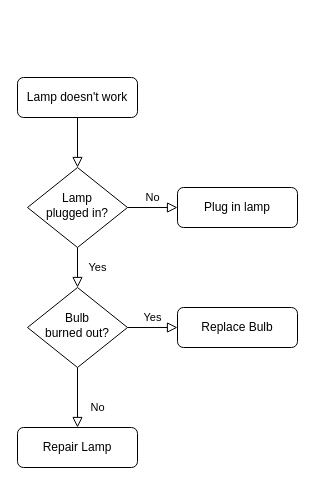
The draw.io diagram demo.drawio in yanhanfrontend/draw.io.workspace, before the edit. Source tidied: cells renumbered, new cells numbered last; positions are measured from the earlier drawing's top-left corner, leaving out a move shared by most shapes. Both pictures are drawn from the tidied source at 100%, with x=0, y=0 at pixel (17, 77).
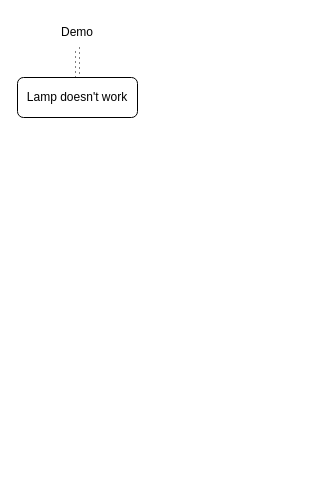
Above is the later version.

The edit, as a diff of the source:
```diff
@@
 <mxGraphModel>
   <root>
     <mxCell id="0" />
     <mxCell id="1" parent="0" />
-    <mxCell id="2" style="rounded=0;html=1;jettySize=auto;fontSize=11;endArrow=block;endFill=0;endSize=8;strokeWidth=1;shadow=0;labelBackgroundColor=none;edgeStyle=orthogonalEdgeStyle;" parent="1" edge="1" source="3" target="6">
-      <mxGeometry relative="1" as="geometry" />
-    </mxCell>
     <mxCell id="3" value="Lamp doesn't work" style="rounded=1;whiteSpace=wrap;html=1;fontSize=12;glass=0;strokeWidth=1;shadow=0;" parent="1" vertex="1">
       <mxGeometry width="120" height="40" as="geometry" />
     </mxCell>
-    <mxCell id="4" value="Yes" style="rounded=0;html=1;jettySize=auto;fontSize=11;endArrow=block;endFill=0;endSize=8;strokeWidth=1;shadow=0;labelBackgroundColor=none;edgeStyle=orthogonalEdgeStyle;" parent="1" edge="1" source="6" target="10">
-      <mxGeometry y="20" relative="1" as="geometry" />
-    </mxCell>
-    <mxCell id="5" value="No" style="edgeStyle=orthogonalEdgeStyle;rounded=0;html=1;jettySize=auto;fontSize=11;endArrow=block;endFill=0;endSize=8;strokeWidth=1;shadow=0;labelBackgroundColor=none;" parent="1" edge="1" source="6" target="7">
-      <mxGeometry y="10" relative="1" as="geometry" />
-    </mxCell>
-    <mxCell id="6" value="Lamp&lt;br&gt;plugged in?" style="rhombus;whiteSpace=wrap;html=1;shadow=0;fontFamily=Helvetica;fontSize=12;align=center;strokeWidth=1;spacing=6;spacingTop=-4;" parent="1" vertex="1">
-      <mxGeometry x="10" y="90" width="100" height="80" as="geometry" />
-    </mxCell>
-    <mxCell id="7" value="Plug in lamp" style="rounded=1;whiteSpace=wrap;html=1;fontSize=12;glass=0;strokeWidth=1;shadow=0;" parent="1" vertex="1">
-      <mxGeometry x="160" y="110" width="120" height="40" as="geometry" />
-    </mxCell>
-    <mxCell id="8" value="No" style="rounded=0;html=1;jettySize=auto;fontSize=11;endArrow=block;endFill=0;endSize=8;strokeWidth=1;shadow=0;labelBackgroundColor=none;edgeStyle=orthogonalEdgeStyle;" parent="1" edge="1" source="10" target="11">
-      <mxGeometry x="0.33" y="20" relative="1" as="geometry" />
-    </mxCell>
-    <mxCell id="9" value="Yes" style="edgeStyle=orthogonalEdgeStyle;rounded=0;html=1;jettySize=auto;fontSize=11;endArrow=block;endFill=0;endSize=8;strokeWidth=1;shadow=0;labelBackgroundColor=none;" parent="1" edge="1" source="10" target="12">
-      <mxGeometry y="10" relative="1" as="geometry" />
-    </mxCell>
-    <mxCell id="10" value="Bulb&lt;br&gt;burned out?" style="rhombus;whiteSpace=wrap;html=1;shadow=0;fontFamily=Helvetica;fontSize=12;align=center;strokeWidth=1;spacing=6;spacingTop=-4;" parent="1" vertex="1">
-      <mxGeometry x="10" y="210" width="100" height="80" as="geometry" />
-    </mxCell>
-    <mxCell id="11" value="Repair Lamp" style="rounded=1;whiteSpace=wrap;html=1;fontSize=12;glass=0;strokeWidth=1;shadow=0;" parent="1" vertex="1">
-      <mxGeometry y="350" width="120" height="40" as="geometry" />
-    </mxCell>
-    <mxCell id="12" value="Replace Bulb" style="rounded=1;whiteSpace=wrap;html=1;fontSize=12;glass=0;strokeWidth=1;shadow=0;" parent="1" vertex="1">
-      <mxGeometry x="160" y="230" width="120" height="40" as="geometry" />
-    </mxCell>
+    <mxCell id="13" style="edgeStyle=orthogonalEdgeStyle;rounded=0;jettySize=auto;html=1;exitX=0.5;exitY=1;exitDx=0;exitDy=0;entryX=0.5;entryY=0;entryDx=0;entryDy=0;shape=link;dashed=1;dashPattern=1 4;" parent="1" edge="1" source="14" target="3">
+      <mxGeometry relative="1" as="geometry" />
+    </mxCell>
+    <mxCell id="14" value="Demo" style="text;html=1;align=center;verticalAlign=middle;whiteSpace=wrap;rounded=0;" parent="1" vertex="1">
+      <mxGeometry x="30" y="-60" width="60" height="30" as="geometry" />
+    </mxCell>
   </root>
 </mxGraphModel>
```
